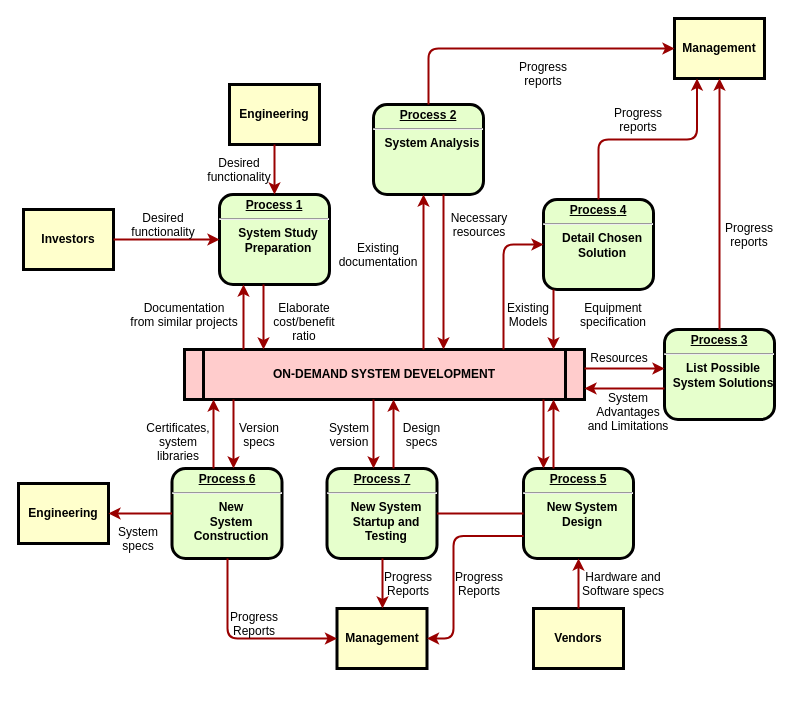
The draw.io diagram GUI预研项目.drawio in zjh6607476/drawing, before the edit. Source tidied: cells renumbered, new cells numbered last; positions are measured from the earlier drawing's top-left corner, leaving out a move shared by most shapes. Both pictures are drawn from the tidied source at 100%, with x=0, y=0 at pixel (18, 18).
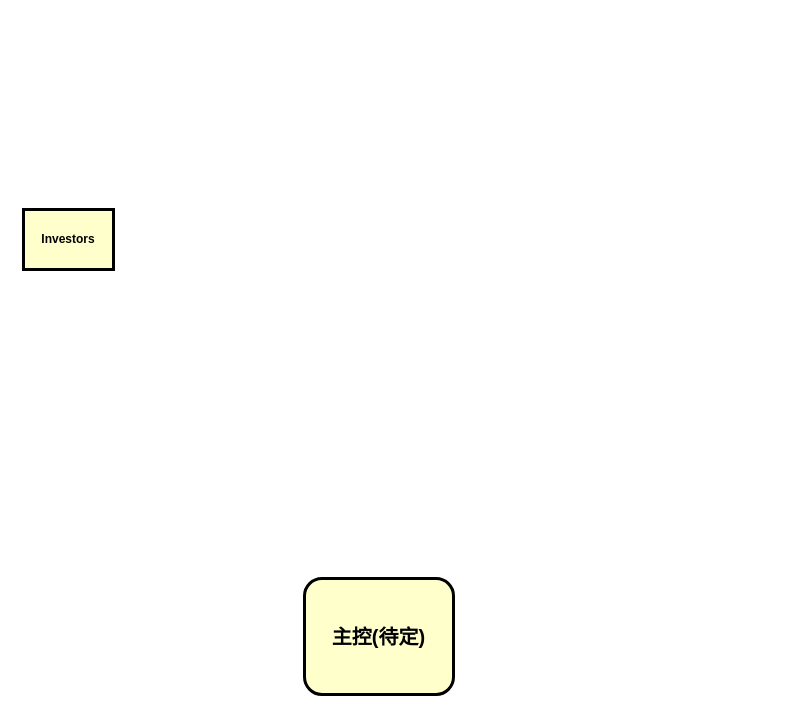
The same page after the edit.

Commit message:
更新GUI预研项目.drawio

The change refers to these unchanged cells:
```xml
<mxCell id="4" value="Investors" style="whiteSpace=wrap;align=center;verticalAlign=middle;fontStyle=1;strokeWidth=3;fillColor=#FFFFCC;" parent="1" vertex="1">
  <mxGeometry x="5" y="191" width="90" height="60" as="geometry" />
</mxCell>
```

The edit, as a diff of the source:
```diff
@@
-    <mxCell id="2" value="&lt;p style=&quot;margin: 0px; margin-top: 4px; text-align: center; text-decoration: underline;&quot;&gt;&lt;strong&gt;Process 1&lt;br /&gt;&lt;/strong&gt;&lt;/p&gt;&lt;hr /&gt;&lt;p style=&quot;margin: 0px; margin-left: 8px;&quot;&gt;System Study&lt;/p&gt;&lt;p style=&quot;margin: 0px; margin-left: 8px;&quot;&gt;Preparation&lt;/p&gt;" style="verticalAlign=middle;align=center;overflow=fill;fontSize=12;fontFamily=Helvetica;html=1;rounded=1;fontStyle=1;strokeWidth=3;fillColor=#E6FFCC;" parent="1" vertex="1">
-      <mxGeometry x="201" y="176" width="110" height="90" as="geometry" />
-    </mxCell>
-    <mxCell id="3" value="Engineering" style="whiteSpace=wrap;align=center;verticalAlign=middle;fontStyle=1;strokeWidth=3;fillColor=#FFFFCC;" parent="1" vertex="1">
-      <mxGeometry x="211" y="66" width="90" height="60" as="geometry" />
-    </mxCell>
@@
-    <mxCell id="5" value="ON-DEMAND SYSTEM DEVELOPMENT" style="shape=process;whiteSpace=wrap;align=center;verticalAlign=middle;size=0.0475;fontStyle=1;strokeWidth=3;fillColor=#FFCCCC;" parent="1" vertex="1">
-      <mxGeometry x="166" y="331" width="400" height="50" as="geometry" />
-    </mxCell>
-    <mxCell id="6" value="&lt;p style=&quot;margin: 0px; margin-top: 4px; text-align: center; text-decoration: underline;&quot;&gt;&lt;strong&gt;Process 2&lt;br /&gt;&lt;/strong&gt;&lt;/p&gt;&lt;hr /&gt;&lt;p style=&quot;margin: 0px; margin-left: 8px;&quot;&gt;System Analysis&lt;/p&gt;" style="verticalAlign=middle;align=center;overflow=fill;fontSize=12;fontFamily=Helvetica;html=1;rounded=1;fontStyle=1;strokeWidth=3;fillColor=#E6FFCC;" parent="1" vertex="1">
-      <mxGeometry x="355" y="86" width="110" height="90" as="geometry" />
-    </mxCell>
-    <mxCell id="7" value="&lt;p style=&quot;margin: 0px; margin-top: 4px; text-align: center; text-decoration: underline;&quot;&gt;&lt;strong&gt;&lt;strong&gt;Process&lt;/strong&gt; 3&lt;br /&gt;&lt;/strong&gt;&lt;/p&gt;&lt;hr /&gt;&lt;p style=&quot;margin: 0px; margin-left: 8px;&quot;&gt;List Possible&lt;/p&gt;&lt;p style=&quot;margin: 0px; margin-left: 8px;&quot;&gt;System Solutions&lt;/p&gt;" style="verticalAlign=middle;align=center;overflow=fill;fontSize=12;fontFamily=Helvetica;html=1;rounded=1;fontStyle=1;strokeWidth=3;fillColor=#E6FFCC;" parent="1" vertex="1">
-      <mxGeometry x="646" y="311" width="110" height="90" as="geometry" />
-    </mxCell>
-    <mxCell id="8" value="&lt;p style=&quot;margin: 0px; margin-top: 4px; text-align: center; text-decoration: underline;&quot;&gt;&lt;strong&gt;&lt;strong&gt;Process&lt;/strong&gt; 4&lt;br /&gt;&lt;/strong&gt;&lt;/p&gt;&lt;hr /&gt;&lt;p style=&quot;margin: 0px; margin-left: 8px;&quot;&gt;Detail Chosen&lt;/p&gt;&lt;p style=&quot;margin: 0px; margin-left: 8px;&quot;&gt;Solution&lt;/p&gt;" style="verticalAlign=middle;align=center;overflow=fill;fontSize=12;fontFamily=Helvetica;html=1;rounded=1;fontStyle=1;strokeWidth=3;fillColor=#E6FFCC;" parent="1" vertex="1">
-      <mxGeometry x="525" y="181" width="110" height="90" as="geometry" />
-    </mxCell>
-    <mxCell id="9" value="&lt;p style=&quot;margin: 0px; margin-top: 4px; text-align: center; text-decoration: underline;&quot;&gt;&lt;strong&gt;&lt;strong&gt;Process&lt;/strong&gt; 5&lt;br /&gt;&lt;/strong&gt;&lt;/p&gt;&lt;hr /&gt;&lt;p style=&quot;margin: 0px; margin-left: 8px;&quot;&gt;New System&lt;/p&gt;&lt;p style=&quot;margin: 0px; margin-left: 8px;&quot;&gt;Design&lt;/p&gt;" style="verticalAlign=middle;align=center;overflow=fill;fontSize=12;fontFamily=Helvetica;html=1;rounded=1;fontStyle=1;strokeWidth=3;fillColor=#E6FFCC;" parent="1" vertex="1">
-      <mxGeometry x="505" y="450" width="110" height="90" as="geometry" />
-    </mxCell>
-    <mxCell id="10" value="&lt;p style=&quot;margin: 0px; margin-top: 4px; text-align: center; text-decoration: underline;&quot;&gt;&lt;strong&gt;&lt;strong&gt;Process&lt;/strong&gt; 6&lt;br /&gt;&lt;/strong&gt;&lt;/p&gt;&lt;hr /&gt;&lt;p style=&quot;margin: 0px; margin-left: 8px;&quot;&gt;New&lt;/p&gt;&lt;p style=&quot;margin: 0px; margin-left: 8px;&quot;&gt;System&lt;/p&gt;&lt;p style=&quot;margin: 0px; margin-left: 8px;&quot;&gt;Construction&lt;/p&gt;" style="verticalAlign=middle;align=center;overflow=fill;fontSize=12;fontFamily=Helvetica;html=1;rounded=1;fontStyle=1;strokeWidth=3;fillColor=#E6FFCC;" parent="1" vertex="1">
-      <mxGeometry x="153.5" y="450" width="110" height="90" as="geometry" />
-    </mxCell>
-    <mxCell id="11" value="Management" style="whiteSpace=wrap;align=center;verticalAlign=middle;fontStyle=1;strokeWidth=3;fillColor=#FFFFCC;" parent="1" vertex="1">
-      <mxGeometry x="656" width="90" height="60" as="geometry" />
-    </mxCell>
-    <mxCell id="12" value="Management" style="whiteSpace=wrap;align=center;verticalAlign=middle;fontStyle=1;strokeWidth=3;fillColor=#FFFFCC;" parent="1" vertex="1">
-      <mxGeometry x="318.5" y="590" width="90" height="60" as="geometry" />
-    </mxCell>
-    <mxCell id="13" value="Engineering" style="whiteSpace=wrap;align=center;verticalAlign=middle;fontStyle=1;strokeWidth=3;fillColor=#FFFFCC;" parent="1" vertex="1">
-      <mxGeometry y="465" width="90" height="60" as="geometry" />
-    </mxCell>
-    <mxCell id="14" value="Vendors" style="whiteSpace=wrap;align=center;verticalAlign=middle;fontStyle=1;strokeWidth=3;fillColor=#FFFFCC;" parent="1" vertex="1">
-      <mxGeometry x="515" y="590" width="90" height="60" as="geometry" />
-    </mxCell>
-    <mxCell id="15" style="edgeStyle=none;noEdgeStyle=1;strokeColor=#990000;strokeWidth=2;" parent="1" edge="1" source="3" target="2">
-      <mxGeometry relative="1" as="geometry" />
-    </mxCell>
-    <mxCell id="16" style="edgeStyle=none;noEdgeStyle=1;strokeColor=#990000;strokeWidth=2;" parent="1" edge="1" source="4" target="2">
-      <mxGeometry relative="1" as="geometry" />
-    </mxCell>
-    <mxCell id="17" value="&lt;p style=&quot;margin: 0px; margin-top: 4px; text-align: center; text-decoration: underline;&quot;&gt;&lt;strong&gt;&lt;strong&gt;Process&lt;/strong&gt; 7&lt;br /&gt;&lt;/strong&gt;&lt;/p&gt;&lt;hr /&gt;&lt;p style=&quot;margin: 0px; margin-left: 8px;&quot;&gt;New System&lt;/p&gt;&lt;p style=&quot;margin: 0px; margin-left: 8px;&quot;&gt;Startup and&lt;/p&gt;&lt;p style=&quot;margin: 0px; margin-left: 8px;&quot;&gt;Testing&lt;/p&gt;" style="verticalAlign=middle;align=center;overflow=fill;fontSize=12;fontFamily=Helvetica;html=1;rounded=1;fontStyle=1;strokeWidth=3;fillColor=#E6FFCC;" parent="1" vertex="1">
-      <mxGeometry x="308.5" y="450" width="110" height="90" as="geometry" />
-    </mxCell>
-    <mxCell id="18" style="endArrow=none;noEdgeStyle=1;strokeColor=#990000;strokeWidth=2;" parent="1" edge="1" source="9" target="17">
-      <mxGeometry relative="1" as="geometry" />
-    </mxCell>
-    <mxCell id="19" value="Desired &#10;functionality" style="text;spacingTop=-5;align=center;" parent="1" vertex="1">
-      <mxGeometry x="130" y="191" width="30" height="20" as="geometry" />
-    </mxCell>
-    <mxCell id="20" value="Desired &#10;functionality" style="text;spacingTop=-5;align=center;" parent="1" vertex="1">
-      <mxGeometry x="206" y="136" width="30" height="20" as="geometry" />
-    </mxCell>
-    <mxCell id="21" value="Documentation&#10;from similar projects" style="text;spacingTop=-5;align=center;" parent="1" vertex="1">
-      <mxGeometry x="151" y="281" width="30" height="20" as="geometry" />
-    </mxCell>
-    <mxCell id="22" style="edgeStyle=elbowEdgeStyle;elbow=horizontal;strokeColor=#990000;strokeWidth=2;" parent="1" edge="1" source="5" target="2">
-      <mxGeometry relative="1" as="geometry">
-        <Array as="points">
-          <mxPoint x="225" y="310" />
-        </Array>
-      </mxGeometry>
-    </mxCell>
-    <mxCell id="23" style="edgeStyle=elbowEdgeStyle;elbow=horizontal;strokeColor=#990000;strokeWidth=2;" parent="1" edge="1" source="2" target="5">
-      <mxGeometry relative="1" as="geometry">
-        <Array as="points">
-          <mxPoint x="245" y="300" />
-        </Array>
-      </mxGeometry>
-    </mxCell>
-    <mxCell id="24" value="Elaborate&#10;cost/benefit&#10;ratio" style="text;spacingTop=-5;align=center;" parent="1" vertex="1">
-      <mxGeometry x="271" y="281" width="30" height="20" as="geometry" />
-    </mxCell>
-    <mxCell id="25" style="edgeStyle=elbowEdgeStyle;elbow=horizontal;strokeColor=#990000;strokeWidth=2;" parent="1" edge="1" source="5" target="6">
-      <mxGeometry relative="1" as="geometry">
-        <Array as="points">
-          <mxPoint x="405" y="250" />
-        </Array>
-      </mxGeometry>
-    </mxCell>
-    <mxCell id="26" style="edgeStyle=elbowEdgeStyle;elbow=horizontal;strokeColor=#990000;strokeWidth=2;" parent="1" edge="1" source="6" target="5">
-      <mxGeometry relative="1" as="geometry">
-        <Array as="points">
-          <mxPoint x="425" y="260" />
-        </Array>
-      </mxGeometry>
-    </mxCell>
-    <mxCell id="27" value="Existing&#10;documentation" style="text;spacingTop=-5;align=center;" parent="1" vertex="1">
-      <mxGeometry x="345" y="221" width="30" height="20" as="geometry" />
-    </mxCell>
-    <mxCell id="28" value="Necessary&#10;resources" style="text;spacingTop=-5;align=center;" parent="1" vertex="1">
-      <mxGeometry x="446" y="191" width="30" height="20" as="geometry" />
-    </mxCell>
-    <mxCell id="29" value="Progress&#10;reports" style="text;spacingTop=-5;align=center;" parent="1" vertex="1">
-      <mxGeometry x="510" y="40" width="30" height="20" as="geometry" />
-    </mxCell>
-    <mxCell id="30" value="Progress&#10;reports" style="text;spacingTop=-5;align=center;" parent="1" vertex="1">
-      <mxGeometry x="605" y="86" width="30" height="20" as="geometry" />
-    </mxCell>
-    <mxCell id="31" value="Progress&#10;reports" style="text;spacingTop=-5;align=center;" parent="1" vertex="1">
-      <mxGeometry x="716" y="201" width="30" height="20" as="geometry" />
-    </mxCell>
-    <mxCell id="32" style="edgeStyle=elbowEdgeStyle;elbow=horizontal;strokeColor=#990000;strokeWidth=2;" parent="1" edge="1" source="6" target="11">
-      <mxGeometry relative="1" as="geometry">
-        <Array as="points">
-          <mxPoint x="410" y="80" />
-        </Array>
-      </mxGeometry>
-    </mxCell>
-    <mxCell id="33" style="edgeStyle=elbowEdgeStyle;elbow=vertical;entryX=0.25;entryY=1;strokeColor=#990000;strokeWidth=2;" parent="1" edge="1" source="8" target="11">
-      <mxGeometry relative="1" as="geometry" />
-    </mxCell>
-    <mxCell id="34" style="edgeStyle=elbowEdgeStyle;elbow=horizontal;strokeColor=#990000;strokeWidth=2;" parent="1" edge="1" source="7" target="11">
-      <mxGeometry relative="1" as="geometry" />
-    </mxCell>
-    <mxCell id="35" style="edgeStyle=elbowEdgeStyle;elbow=horizontal;strokeColor=#990000;strokeWidth=2;" parent="1" edge="1" source="8" target="5">
-      <mxGeometry relative="1" as="geometry">
-        <Array as="points">
-          <mxPoint x="535" y="300" />
-        </Array>
-      </mxGeometry>
-    </mxCell>
-    <mxCell id="36" style="edgeStyle=segmentEdgeStyle;strokeColor=#990000;strokeWidth=2;" parent="1" edge="1" source="5" target="8">
-      <mxGeometry relative="1" as="geometry">
-        <Array as="points">
-          <mxPoint x="485" y="226" />
-        </Array>
-      </mxGeometry>
-    </mxCell>
-    <mxCell id="37" value="Existing&#10;Models" style="text;spacingTop=-5;align=center;" parent="1" vertex="1">
-      <mxGeometry x="495" y="281" width="30" height="20" as="geometry" />
-    </mxCell>
-    <mxCell id="38" value="Equipment&#10;specification" style="text;spacingTop=-5;align=center;" parent="1" vertex="1">
-      <mxGeometry x="580" y="281" width="30" height="20" as="geometry" />
-    </mxCell>
-    <mxCell id="39" style="edgeStyle=elbowEdgeStyle;elbow=vertical;strokeColor=#990000;strokeWidth=2;" parent="1" edge="1" source="5" target="7">
-      <mxGeometry relative="1" as="geometry">
-        <Array as="points">
-          <mxPoint x="615" y="350" />
-        </Array>
-      </mxGeometry>
-    </mxCell>
-    <mxCell id="40" style="edgeStyle=elbowEdgeStyle;elbow=vertical;strokeColor=#990000;strokeWidth=2;" parent="1" edge="1" source="7" target="5">
-      <mxGeometry relative="1" as="geometry">
-        <Array as="points">
-          <mxPoint x="615" y="370" />
-        </Array>
-      </mxGeometry>
-    </mxCell>
-    <mxCell id="41" value="Resources" style="text;spacingTop=-5;align=center;" parent="1" vertex="1">
-      <mxGeometry x="586" y="331" width="30" height="20" as="geometry" />
-    </mxCell>
-    <mxCell id="42" value="System &#10;Advantages &#10;and Limitations" style="text;spacingTop=-5;align=center;" parent="1" vertex="1">
-      <mxGeometry x="595" y="371" width="30" height="20" as="geometry" />
-    </mxCell>
-    <mxCell id="43" style="edgeStyle=elbowEdgeStyle;elbow=horizontal;strokeColor=#990000;strokeWidth=2;" parent="1" edge="1" source="9" target="5">
-      <mxGeometry relative="1" as="geometry">
-        <Array as="points">
-          <mxPoint x="535" y="410" />
-        </Array>
-      </mxGeometry>
-    </mxCell>
-    <mxCell id="44" style="edgeStyle=elbowEdgeStyle;elbow=horizontal;strokeColor=#990000;strokeWidth=2;" parent="1" edge="1" source="5" target="9">
-      <mxGeometry relative="1" as="geometry">
-        <Array as="points">
-          <mxPoint x="525" y="420" />
-        </Array>
-      </mxGeometry>
-    </mxCell>
-    <mxCell id="45" style="edgeStyle=elbowEdgeStyle;elbow=horizontal;strokeColor=#990000;strokeWidth=2;" parent="1" edge="1" source="14" target="9">
-      <mxGeometry relative="1" as="geometry" />
-    </mxCell>
-    <mxCell id="46" value="Hardware and&#10;Software specs" style="text;spacingTop=-5;align=center;" parent="1" vertex="1">
-      <mxGeometry x="590" y="550" width="30" height="20" as="geometry" />
-    </mxCell>
-    <mxCell id="47" style="edgeStyle=elbowEdgeStyle;elbow=horizontal;exitX=0;exitY=0.75;strokeColor=#990000;strokeWidth=2;" parent="1" edge="1" source="9" target="12">
-      <mxGeometry relative="1" as="geometry">
-        <Array as="points">
-          <mxPoint x="435" y="570" />
-        </Array>
-      </mxGeometry>
-    </mxCell>
-    <mxCell id="48" value="Progress&#10;Reports" style="text;spacingTop=-5;align=center;" parent="1" vertex="1">
-      <mxGeometry x="446" y="550" width="30" height="20" as="geometry" />
-    </mxCell>
-    <mxCell id="49" style="edgeStyle=elbowEdgeStyle;elbow=horizontal;strokeColor=#990000;strokeWidth=2;" parent="1" edge="1" source="17" target="12">
-      <mxGeometry relative="1" as="geometry" />
-    </mxCell>
-    <mxCell id="50" value="Progress&#10;Reports" style="text;spacingTop=-5;align=center;" parent="1" vertex="1">
-      <mxGeometry x="375" y="550" width="30" height="20" as="geometry" />
-    </mxCell>
-    <mxCell id="51" style="edgeStyle=elbowEdgeStyle;elbow=horizontal;strokeColor=#990000;strokeWidth=2;" parent="1" edge="1" source="10" target="12">
-      <mxGeometry relative="1" as="geometry">
-        <Array as="points">
-          <mxPoint x="209" y="570" />
-        </Array>
-      </mxGeometry>
-    </mxCell>
-    <mxCell id="52" value="Progress&#10;Reports" style="text;spacingTop=-5;align=center;" parent="1" vertex="1">
-      <mxGeometry x="221" y="590" width="30" height="20" as="geometry" />
-    </mxCell>
-    <mxCell id="53" style="edgeStyle=elbowEdgeStyle;elbow=vertical;strokeColor=#990000;strokeWidth=2;" parent="1" edge="1" source="10" target="13">
-      <mxGeometry relative="1" as="geometry" />
-    </mxCell>
-    <mxCell id="54" style="edgeStyle=elbowEdgeStyle;elbow=horizontal;strokeColor=#990000;strokeWidth=2;" parent="1" edge="1" source="5" target="17">
-      <mxGeometry relative="1" as="geometry">
-        <Array as="points">
-          <mxPoint x="355" y="410" />
-        </Array>
-      </mxGeometry>
-    </mxCell>
-    <mxCell id="55" style="edgeStyle=elbowEdgeStyle;elbow=horizontal;strokeColor=#990000;strokeWidth=2;" parent="1" edge="1" source="17" target="5">
-      <mxGeometry relative="1" as="geometry">
-        <Array as="points">
-          <mxPoint x="375" y="410" />
-        </Array>
-      </mxGeometry>
-    </mxCell>
-    <mxCell id="56" value="Version&#10;specs" style="text;spacingTop=-5;align=center;" parent="1" vertex="1">
-      <mxGeometry x="226" y="401" width="30" height="20" as="geometry" />
-    </mxCell>
-    <mxCell id="57" value="Certificates,&#10;system&#10;libraries" style="text;spacingTop=-5;align=center;" parent="1" vertex="1">
-      <mxGeometry x="145" y="401" width="30" height="20" as="geometry" />
-    </mxCell>
-    <mxCell id="58" style="edgeStyle=elbowEdgeStyle;elbow=horizontal;strokeColor=#990000;strokeWidth=2;" parent="1" edge="1" source="5" target="10">
-      <mxGeometry relative="1" as="geometry">
-        <Array as="points">
-          <mxPoint x="215" y="410" />
-        </Array>
-      </mxGeometry>
-    </mxCell>
-    <mxCell id="59" style="edgeStyle=elbowEdgeStyle;elbow=horizontal;strokeColor=#990000;strokeWidth=2;" parent="1" edge="1" source="10" target="5">
-      <mxGeometry relative="1" as="geometry">
-        <Array as="points">
-          <mxPoint x="195" y="410" />
-        </Array>
-      </mxGeometry>
-    </mxCell>
-    <mxCell id="60" value="System&#10;specs" style="text;spacingTop=-5;align=center;" parent="1" vertex="1">
-      <mxGeometry x="105" y="505" width="30" height="20" as="geometry" />
-    </mxCell>
-    <mxCell id="61" value="Design&#10;specs" style="text;spacingTop=-5;align=center;" parent="1" vertex="1">
-      <mxGeometry x="388.5" y="401" width="30" height="20" as="geometry" />
-    </mxCell>
-    <mxCell id="62" value="System&#10;version" style="text;spacingTop=-5;align=center;" parent="1" vertex="1">
-      <mxGeometry x="316" y="401" width="30" height="20" as="geometry" />
-    </mxCell>
+    <mxCell id="63" value="主控(待定)" style="whiteSpace=wrap;align=center;verticalAlign=middle;fontStyle=1;strokeWidth=3;fillColor=#FFFFCC;rounded=1;glass=0;comic=0;shadow=0;fontSize=20;" parent="1" vertex="1">
+      <mxGeometry x="286" y="560" width="149" height="116" as="geometry" />
+    </mxCell>
```
